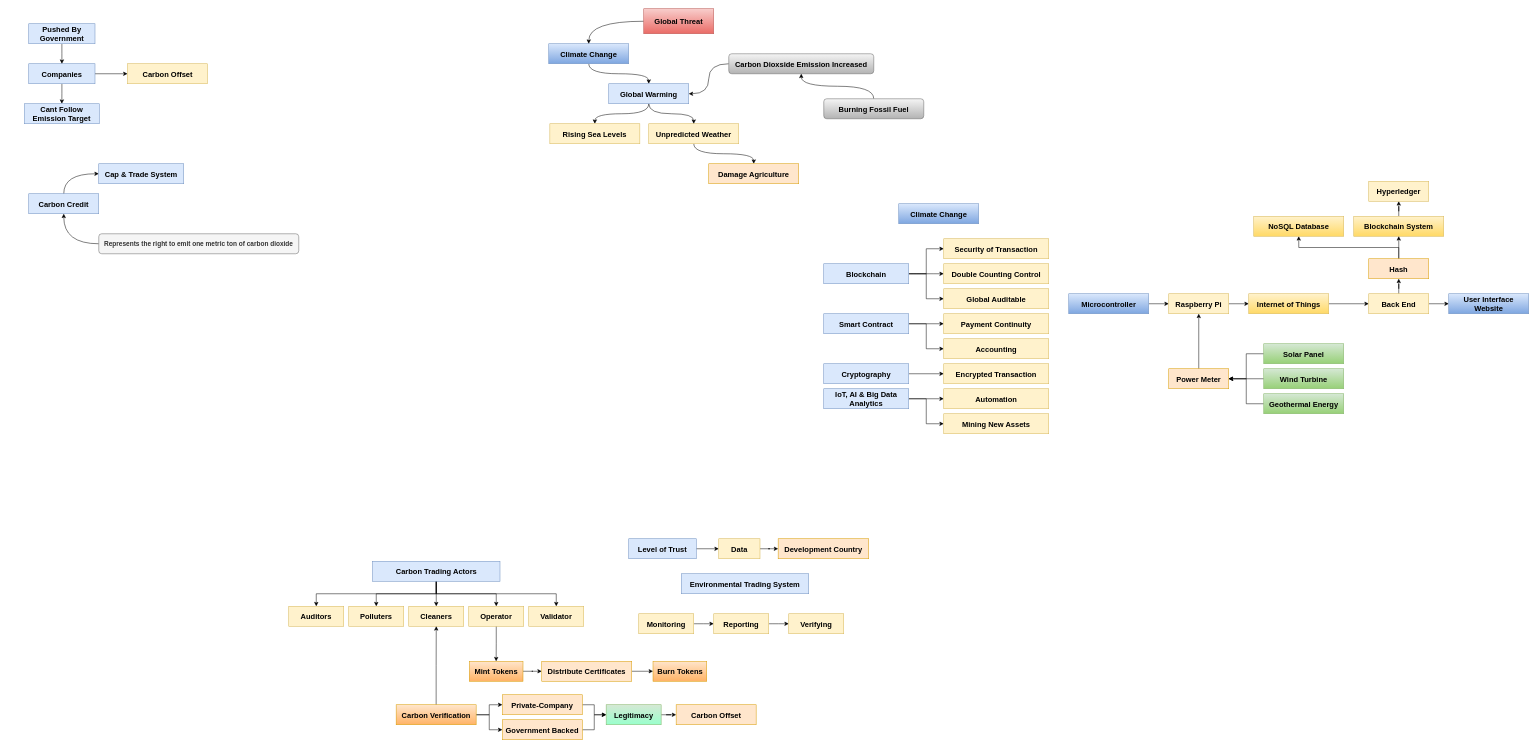
This is page "Page-1" (1 of 6) of Drawing - Carbon Trading/Carbon Trading.drawio from gungunfebrianza/RPMI, a draw.io file, before an edit. Source tidied: cells renumbered, new cells numbered last; positions are measured from the earlier drawing's top-left corner, leaving out a move shared by most shapes. Both pictures are drawn from the tidied source at 50%, with x=0, y=0 at pixel (24, 8).
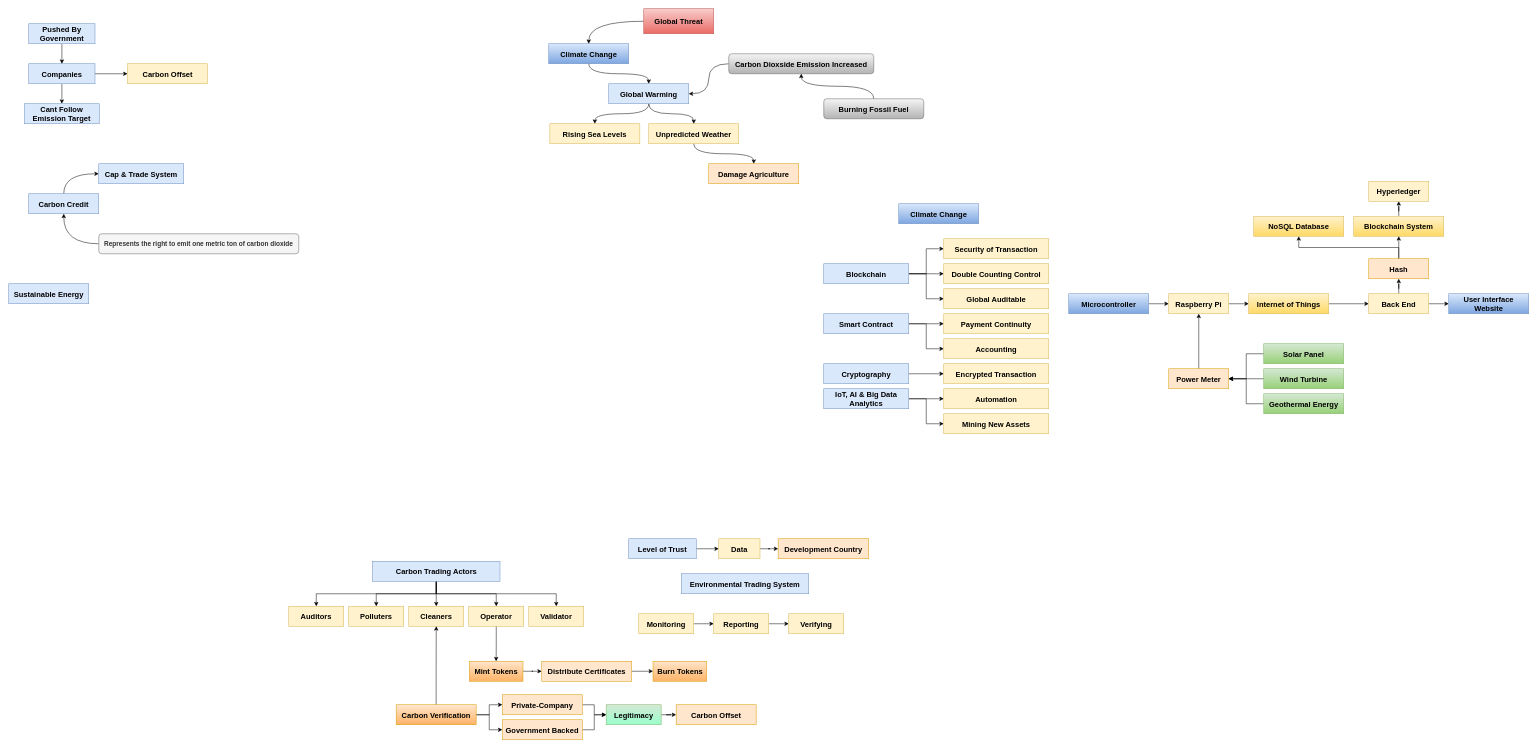
The same page after the edit.

Change to the diagram source:
```diff
@@
+    <mxCell id="114" value="&lt;b&gt;&lt;font style=&quot;font-size: 15px&quot;&gt;Sustainable Energy&lt;/font&gt;&lt;/b&gt;" style="rounded=0;whiteSpace=wrap;html=1;fillColor=#dae8fc;strokeColor=#6c8ebf;" parent="1" vertex="1">
+      <mxGeometry x="-31" y="550" width="160" height="40" as="geometry" />
+    </mxCell>
```
